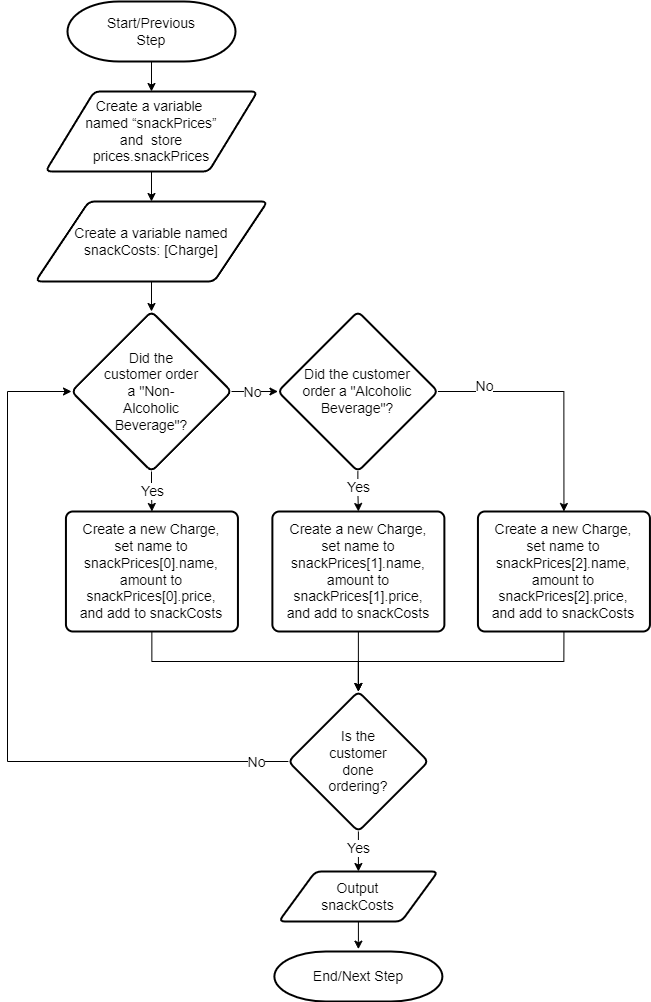
Before: APS145NFF/W5/logic3-Luca Novello_part4.png, a diagram exported from draw.io (lucanovello/Winter-2024). Source tidied: cells renumbered, new cells last; positions are measured from the earlier drawing's top-left corner, leaving out a move shared by most shapes.
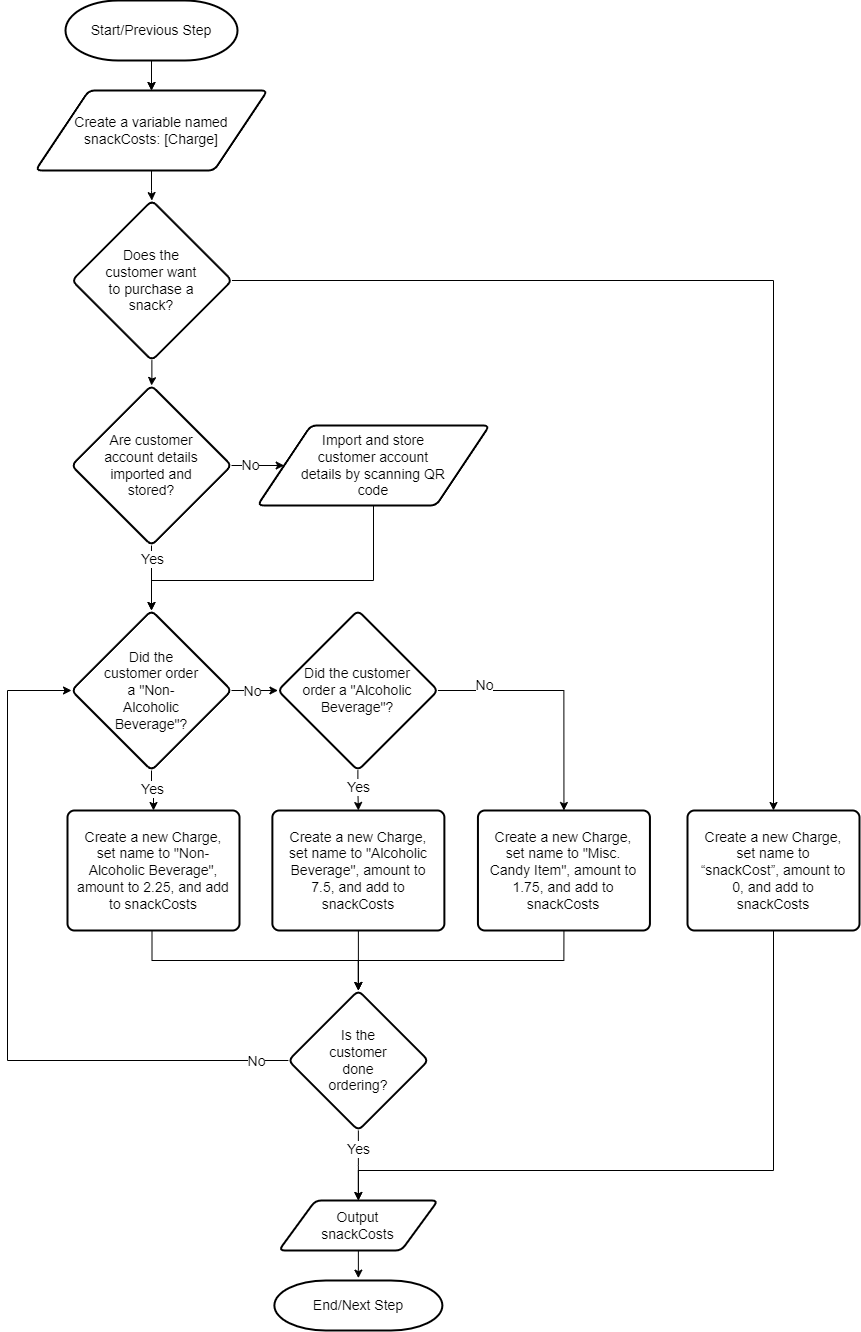
After the change.

What changed in the source:
```diff
@@ -2,11 +2,11 @@
   <root>
     <mxCell id="0" />
     <mxCell id="1" parent="0" />
-    <mxCell id="2" style="edgeStyle=orthogonalEdgeStyle;rounded=0;jettySize=auto;html=1;fontSize=14;" parent="1" edge="1" source="3" target="20">
-      <mxGeometry relative="1" as="geometry" />
-    </mxCell>
+    <mxCell id="32" style="edgeStyle=orthogonalEdgeStyle;rounded=0;jettySize=auto;html=1;fontSize=14;" parent="1" edge="1" source="3" target="15">
+      <mxGeometry relative="1" as="geometry" />
+    </mxCell>
     <mxCell id="3" value="Start/Previous Step" style="strokeWidth=2;html=1;shape=mxgraph.flowchart.terminator;whiteSpace=wrap;spacing=20;spacingTop=5;spacingBottom=5;spacingLeft=5;spacingRight=5;fontSize=14;" parent="1" vertex="1">
-      <mxGeometry x="60" width="168" height="60" as="geometry" />
+      <mxGeometry x="58" y="-140" width="172" height="60" as="geometry" />
     </mxCell>
     <mxCell id="4" style="edgeStyle=orthogonalEdgeStyle;rounded=0;jettySize=auto;html=1;spacing=12;spacingTop=5;spacingBottom=5;spacingLeft=5;spacingRight=5;entryX=0.5;entryY=0;entryDx=0;entryDy=0;fontSize=14;" parent="1" edge="1" source="8" target="30">
       <mxGeometry relative="1" as="geometry" />
@@ -19,7 +19,7 @@
     <mxCell id="6" style="edgeStyle=orthogonalEdgeStyle;rounded=0;jettySize=auto;html=1;spacing=12;spacingTop=5;spacingBottom=5;spacingLeft=5;spacingRight=5;entryX=0.5;entryY=0;entryDx=0;entryDy=0;fontSize=14;" parent="1" edge="1" source="8" target="31">
       <mxGeometry relative="1" as="geometry">
         <Array as="points">
-          <mxPoint x="556" y="390" />
+          <mxPoint x="556" y="550" />
         </Array>
       </mxGeometry>
     </mxCell>
@@ -28,8 +28,8 @@
         <mxPoint x="-80" y="-11" as="offset" />
       </mxGeometry>
     </mxCell>
-    <mxCell id="8" value="&lt;p style=&quot;line-height: 120%; font-size: 14px;&quot;&gt;Did the customer order a &quot;Alcoholic Beverage&quot;?&lt;br style=&quot;font-size: 14px;&quot;&gt;&lt;/p&gt;" style="rhombus;whiteSpace=wrap;html=1;strokeWidth=2;rounded=1;arcSize=12;verticalAlign=middle;horizontal=1;spacing=21;spacingBottom=5;spacingTop=5;spacingLeft=5;spacingRight=5;fontSize=14;" parent="1" vertex="1">
-      <mxGeometry x="270.4" y="310" width="160" height="160" as="geometry" />
+    <mxCell id="8" value="&lt;p style=&quot;line-height: 120%; font-size: 14px;&quot;&gt;Did the customer order a &quot;Alcoholic Beverage&quot;?&lt;/p&gt;" style="rhombus;whiteSpace=wrap;html=1;strokeWidth=2;rounded=1;arcSize=12;verticalAlign=middle;horizontal=1;spacing=21;spacingBottom=5;spacingTop=5;spacingLeft=5;spacingRight=5;fontSize=14;" parent="1" vertex="1">
+      <mxGeometry x="270.4" y="470" width="160" height="160" as="geometry" />
     </mxCell>
     <mxCell id="9" style="edgeStyle=orthogonalEdgeStyle;rounded=0;jettySize=auto;html=1;entryX=0;entryY=0.5;entryDx=0;entryDy=0;spacing=12;spacingTop=5;spacingBottom=5;spacingLeft=5;spacingRight=5;fontSize=14;" parent="1" edge="1" source="13" target="8">
       <mxGeometry relative="1" as="geometry" />
@@ -47,44 +47,43 @@
         <mxPoint x="2" y="15" as="offset" />
       </mxGeometry>
     </mxCell>
-    <mxCell id="13" value="&lt;p style=&quot;line-height: 120%;&quot;&gt;Did the customer order a &quot;Non-Alcoholic Beverage&quot;?&lt;/p&gt;" style="rhombus;whiteSpace=wrap;html=1;strokeWidth=2;rounded=1;arcSize=12;verticalAlign=middle;horizontal=1;spacing=20;spacingBottom=0;spacingTop=0;spacingLeft=10;spacingRight=10;fontSize=14;" parent="1" vertex="1">
-      <mxGeometry x="64" y="310" width="160" height="160" as="geometry" />
+    <mxCell id="13" value="&lt;p style=&quot;line-height: 120%; font-size: 14px;&quot;&gt;Did the customer order a &quot;Non-Alcoholic Beverage&quot;?&lt;/p&gt;" style="rhombus;whiteSpace=wrap;html=1;strokeWidth=2;rounded=1;arcSize=12;verticalAlign=middle;horizontal=1;spacing=20;spacingBottom=0;spacingTop=0;spacingLeft=10;spacingRight=10;fontSize=14;" parent="1" vertex="1">
+      <mxGeometry x="64" y="470" width="160" height="160" as="geometry" />
     </mxCell>
-    <mxCell id="14" style="edgeStyle=orthogonalEdgeStyle;rounded=0;jettySize=auto;html=1;fontSize=14;entryX=0.5;entryY=0;entryDx=0;entryDy=0;" parent="1" edge="1" source="15" target="13">
-      <mxGeometry relative="1" as="geometry" />
-    </mxCell>
+    <mxCell id="33" style="edgeStyle=orthogonalEdgeStyle;rounded=0;jettySize=auto;html=1;fontSize=14;" parent="1" edge="1" source="15" target="36">
+      <mxGeometry relative="1" as="geometry" />
+    </mxCell>
-    <mxCell id="15" value="&lt;div style=&quot;font-size: 14px;&quot;&gt;Create a variable named &lt;br style=&quot;font-size: 14px;&quot;&gt;snackCosts: [Charge]&lt;/div&gt;" style="shape=parallelogram;html=1;strokeWidth=2;perimeter=parallelogramPerimeter;whiteSpace=wrap;rounded=1;arcSize=12;size=0.23;spacing=20;spacingTop=0;spacingBottom=0;spacingLeft=15;spacingRight=15;fontSize=14;" parent="1" vertex="1">
-      <mxGeometry x="28" y="200" width="232" height="80" as="geometry" />
+    <mxCell id="15" value="&lt;div style=&quot;font-size: 14px;&quot;&gt;&lt;div style=&quot;font-size: 14px;&quot;&gt;Create a variable named snackCosts: [Charge]&lt;/div&gt;&lt;/div&gt;" style="shape=parallelogram;html=1;strokeWidth=2;perimeter=parallelogramPerimeter;whiteSpace=wrap;rounded=1;arcSize=12;size=0.23;spacing=20;spacingTop=0;spacingBottom=0;spacingLeft=15;spacingRight=15;fontSize=14;" parent="1" vertex="1">
+      <mxGeometry x="28" y="-50" width="232" height="80" as="geometry" />
     </mxCell>
     <mxCell id="16" style="edgeStyle=orthogonalEdgeStyle;rounded=0;jettySize=auto;html=1;entryX=0.5;entryY=-0.047;entryDx=0;entryDy=0;entryPerimeter=0;fontSize=14;" parent="1" edge="1" source="17" target="21">
       <mxGeometry relative="1" as="geometry" />
     </mxCell>
-    <mxCell id="17" value="&lt;div&gt;Output snackCosts&lt;/div&gt;" style="shape=parallelogram;html=1;strokeWidth=2;perimeter=parallelogramPerimeter;whiteSpace=wrap;rounded=1;arcSize=12;size=0.23;spacing=20;spacingTop=20;spacingBottom=20;spacingLeft=30;spacingRight=30;fontSize=14;" parent="1" vertex="1">
-      <mxGeometry x="271.3" y="870" width="159.1" height="50" as="geometry" />
+    <mxCell id="17" value="&lt;div style=&quot;font-size: 14px;&quot;&gt;Output snackCosts&lt;/div&gt;" style="shape=parallelogram;html=1;strokeWidth=2;perimeter=parallelogramPerimeter;whiteSpace=wrap;rounded=1;arcSize=12;size=0.23;spacing=20;spacingTop=20;spacingBottom=20;spacingLeft=30;spacingRight=30;fontSize=14;" parent="1" vertex="1">
+      <mxGeometry x="271.3" y="1060" width="159.1" height="50" as="geometry" />
     </mxCell>
     <mxCell id="18" style="edgeStyle=orthogonalEdgeStyle;rounded=0;jettySize=auto;html=1;fontSize=14;exitX=0.5;exitY=1;exitDx=0;exitDy=0;" parent="1" edge="1" source="30" target="26">
       <mxGeometry relative="1" as="geometry" />
     </mxCell>
-    <mxCell id="19" style="edgeStyle=orthogonalEdgeStyle;rounded=0;jettySize=auto;html=1;fontSize=14;" parent="1" edge="1" source="20" target="15">
+    <mxCell id="19" style="edgeStyle=orthogonalEdgeStyle;rounded=0;jettySize=auto;html=1;fontSize=14;exitX=0.5;exitY=1;exitDx=0;exitDy=0;exitPerimeter=0;" parent="1" edge="1" source="3" target="15">
       <mxGeometry relative="1" as="geometry" />
     </mxCell>
-    <mxCell id="20" value="&lt;div style=&quot;font-size: 14px;&quot;&gt;Create a variable&amp;nbsp; named “snackPrices” and&amp;nbsp; store prices.snackPrices&lt;/div&gt;" style="shape=parallelogram;html=1;strokeWidth=2;perimeter=parallelogramPerimeter;whiteSpace=wrap;rounded=1;arcSize=12;size=0.23;spacing=10;spacingTop=0;spacingBottom=0;spacingLeft=20;spacingRight=20;fontSize=14;" parent="1" vertex="1">
-      <mxGeometry x="38" y="90" width="212" height="80" as="geometry" />
-    </mxCell>
     <mxCell id="21" value="End/Next Step" style="strokeWidth=2;html=1;shape=mxgraph.flowchart.terminator;whiteSpace=wrap;spacing=20;spacingTop=5;spacingBottom=5;spacingLeft=5;spacingRight=5;fontSize=14;" parent="1" vertex="1">
-      <mxGeometry x="266.9" y="950" width="168" height="50" as="geometry" />
+      <mxGeometry x="266.9" y="1140" width="168" height="50" as="geometry" />
     </mxCell>
     <mxCell id="22" style="edgeStyle=orthogonalEdgeStyle;rounded=0;jettySize=auto;html=1;fontSize=14;" parent="1" edge="1" source="26" target="17">
       <mxGeometry relative="1" as="geometry" />
     </mxCell>
     <mxCell id="23" value="Yes" style="edgeLabel;html=1;align=center;verticalAlign=middle;fontSize=14;" parent="22" vertex="1">
-      <mxGeometry x="-0.16" y="-1" relative="1" as="geometry" />
+      <mxGeometry x="-0.16" y="-1" relative="1" as="geometry">
+        <mxPoint x="1" y="-10" as="offset" />
+      </mxGeometry>
     </mxCell>
     <mxCell id="24" style="edgeStyle=orthogonalEdgeStyle;rounded=0;jettySize=auto;html=1;entryX=0;entryY=0.5;entryDx=0;entryDy=0;exitX=0;exitY=0.5;exitDx=0;exitDy=0;fontSize=14;" parent="1" edge="1" source="26" target="13">
       <mxGeometry relative="1" as="geometry">
         <Array as="points">
-          <mxPoint y="760" />
-          <mxPoint y="390" />
+          <mxPoint y="920" />
+          <mxPoint y="550" />
         </Array>
       </mxGeometry>
     </mxCell>
@@ -94,32 +93,78 @@
       </mxGeometry>
     </mxCell>
     <mxCell id="26" value="&lt;p style=&quot;line-height: 120%; font-size: 14px;&quot;&gt;Is the customer done ordering?&lt;br style=&quot;font-size: 14px;&quot;&gt;&lt;/p&gt;" style="rhombus;whiteSpace=wrap;html=1;strokeWidth=2;rounded=1;arcSize=12;verticalAlign=middle;horizontal=1;spacing=21;spacingBottom=5;spacingTop=5;spacingLeft=5;spacingRight=5;fontSize=14;" parent="1" vertex="1">
-      <mxGeometry x="280.9" y="690" width="140" height="140" as="geometry" />
+      <mxGeometry x="280.9" y="850" width="140" height="140" as="geometry" />
     </mxCell>
     <mxCell id="27" style="edgeStyle=orthogonalEdgeStyle;rounded=0;jettySize=auto;html=1;entryX=0.5;entryY=0;entryDx=0;entryDy=0;fontSize=14;exitX=0.5;exitY=1;exitDx=0;exitDy=0;" parent="1" edge="1" source="31" target="26">
       <mxGeometry relative="1" as="geometry">
         <Array as="points">
-          <mxPoint x="556.4" y="660" />
-          <mxPoint x="350.4" y="660" />
+          <mxPoint x="556.4" y="820" />
+          <mxPoint x="350.4" y="820" />
         </Array>
       </mxGeometry>
     </mxCell>
     <mxCell id="28" style="edgeStyle=orthogonalEdgeStyle;rounded=0;jettySize=auto;html=1;entryX=0.5;entryY=0;entryDx=0;entryDy=0;fontSize=14;" parent="1" edge="1" source="29" target="26">
       <mxGeometry relative="1" as="geometry">
         <Array as="points">
-          <mxPoint x="144.4" y="660" />
-          <mxPoint x="350.4" y="660" />
+          <mxPoint x="144.4" y="820" />
+          <mxPoint x="350.4" y="820" />
         </Array>
       </mxGeometry>
     </mxCell>
-    <mxCell id="29" value="Create a new Charge, set name to snackPrices[0].name, amount to snackPrices[0].price, and add to snackCosts" style="rounded=1;whiteSpace=wrap;html=1;absoluteArcSize=1;arcSize=14;strokeWidth=2;spacing=10;spacingTop=0;spacingBottom=0;spacingLeft=0;spacingRight=0;fontSize=14;" parent="1" vertex="1">
-      <mxGeometry x="58.4" y="510" width="172" height="120" as="geometry" />
+    <mxCell id="29" value="Create a new Charge, set name to &quot;Non-Alcoholic Beverage&quot;, amount to 2.25, and add to snackCosts" style="rounded=1;whiteSpace=wrap;html=1;absoluteArcSize=1;arcSize=14;strokeWidth=2;spacing=10;spacingTop=0;spacingBottom=0;spacingLeft=0;spacingRight=0;fontSize=14;" parent="1" vertex="1">
+      <mxGeometry x="60" y="670" width="172" height="120" as="geometry" />
     </mxCell>
-    <mxCell id="30" value="Create a new Charge, set name to snackPrices[1].name, amount to snackPrices[1].price, and add to snackCosts" style="rounded=1;whiteSpace=wrap;html=1;absoluteArcSize=1;arcSize=14;strokeWidth=2;spacing=10;spacingTop=0;spacingBottom=0;spacingLeft=0;spacingRight=0;fontSize=14;" parent="1" vertex="1">
-      <mxGeometry x="264.9" y="510" width="172" height="120" as="geometry" />
+    <mxCell id="30" value="Create a new Charge, set name to &quot;Alcoholic Beverage&quot;, amount to 7.5, and add to snackCosts" style="rounded=1;whiteSpace=wrap;html=1;absoluteArcSize=1;arcSize=14;strokeWidth=2;spacing=10;spacingTop=0;spacingBottom=0;spacingLeft=0;spacingRight=0;fontSize=14;" parent="1" vertex="1">
+      <mxGeometry x="264.9" y="670" width="172" height="120" as="geometry" />
     </mxCell>
-    <mxCell id="31" value="Create a new Charge, set name to snackPrices[2].name, amount to snackPrices[2].price, and add to snackCosts" style="rounded=1;whiteSpace=wrap;html=1;absoluteArcSize=1;arcSize=14;strokeWidth=2;spacing=10;spacingTop=0;spacingBottom=0;spacingLeft=0;spacingRight=0;fontSize=14;" parent="1" vertex="1">
-      <mxGeometry x="470.4" y="510" width="172" height="120" as="geometry" />
+    <mxCell id="31" value="Create a new Charge, set name to &quot;Misc. Candy Item&quot;, amount to 1.75, and add to snackCosts" style="rounded=1;whiteSpace=wrap;html=1;absoluteArcSize=1;arcSize=14;strokeWidth=2;spacing=10;spacingTop=0;spacingBottom=0;spacingLeft=0;spacingRight=0;fontSize=14;" parent="1" vertex="1">
+      <mxGeometry x="470.4" y="670" width="172" height="120" as="geometry" />
     </mxCell>
+    <mxCell id="34" style="edgeStyle=orthogonalEdgeStyle;rounded=0;jettySize=auto;html=1;fontSize=14;" parent="1" edge="1" source="36" target="41">
+      <mxGeometry relative="1" as="geometry" />
+    </mxCell>
+    <mxCell id="35" style="edgeStyle=orthogonalEdgeStyle;rounded=0;jettySize=auto;html=1;entryX=0.5;entryY=0;entryDx=0;entryDy=0;fontSize=14;" parent="1" edge="1" source="36" target="45">
+      <mxGeometry relative="1" as="geometry" />
+    </mxCell>
+    <mxCell id="36" value="&lt;p style=&quot;line-height: 120%; font-size: 14px;&quot;&gt;Does the customer want to purchase a snack?&lt;/p&gt;" style="rhombus;whiteSpace=wrap;html=1;strokeWidth=2;rounded=1;arcSize=12;verticalAlign=middle;horizontal=1;spacing=20;spacingBottom=0;spacingTop=0;spacingLeft=10;spacingRight=10;fontSize=14;" parent="1" vertex="1">
+      <mxGeometry x="64.4" y="60" width="160" height="160" as="geometry" />
+    </mxCell>
+    <mxCell id="37" style="edgeStyle=orthogonalEdgeStyle;rounded=0;jettySize=auto;html=1;fontSize=14;" parent="1" edge="1" source="41" target="43">
+      <mxGeometry relative="1" as="geometry" />
+    </mxCell>
+    <mxCell id="38" value="No" style="edgeLabel;html=1;align=center;verticalAlign=middle;fontSize=14;" parent="37" vertex="1">
+      <mxGeometry x="0.16" y="1" relative="1" as="geometry" />
+    </mxCell>
+    <mxCell id="39" style="edgeStyle=orthogonalEdgeStyle;rounded=0;jettySize=auto;html=1;fontSize=14;" parent="1" edge="1" source="41" target="13">
+      <mxGeometry relative="1" as="geometry" />
+    </mxCell>
+    <mxCell id="40" value="Yes" style="edgeLabel;html=1;align=center;verticalAlign=middle;fontSize=14;" parent="39" vertex="1">
+      <mxGeometry x="-0.58" relative="1" as="geometry" />
+    </mxCell>
+    <mxCell id="41" value="&lt;p style=&quot;line-height: 120%; font-size: 14px;&quot;&gt;Are customer account details imported and stored?&lt;/p&gt;" style="rhombus;whiteSpace=wrap;html=1;strokeWidth=2;rounded=1;arcSize=12;verticalAlign=middle;horizontal=1;spacing=20;spacingBottom=0;spacingTop=0;spacingLeft=10;spacingRight=10;fontSize=14;" parent="1" vertex="1">
+      <mxGeometry x="64" y="245" width="160" height="160" as="geometry" />
+    </mxCell>
+    <mxCell id="42" style="edgeStyle=orthogonalEdgeStyle;rounded=0;jettySize=auto;html=1;entryX=0.5;entryY=0;entryDx=0;entryDy=0;fontSize=14;" parent="1" edge="1" source="43" target="13">
+      <mxGeometry relative="1" as="geometry">
+        <Array as="points">
+          <mxPoint x="366" y="440" />
+          <mxPoint x="144" y="440" />
+        </Array>
+      </mxGeometry>
+    </mxCell>
+    <mxCell id="43" value="&lt;div style=&quot;font-size: 14px;&quot;&gt;&lt;div style=&quot;font-size: 14px;&quot;&gt;Import and store customer account details by scanning QR code&lt;/div&gt;&lt;/div&gt;" style="shape=parallelogram;html=1;strokeWidth=2;perimeter=parallelogramPerimeter;whiteSpace=wrap;rounded=1;arcSize=12;size=0.23;spacing=20;spacingTop=0;spacingBottom=0;spacingLeft=20;spacingRight=20;fontSize=14;" parent="1" vertex="1">
+      <mxGeometry x="250" y="285" width="232" height="80" as="geometry" />
+    </mxCell>
+    <mxCell id="44" style="edgeStyle=orthogonalEdgeStyle;rounded=0;jettySize=auto;html=1;entryX=0.5;entryY=0;entryDx=0;entryDy=0;fontSize=14;" parent="1" edge="1" source="45" target="17">
+      <mxGeometry relative="1" as="geometry">
+        <Array as="points">
+          <mxPoint x="766" y="1030" />
+          <mxPoint x="351" y="1030" />
+        </Array>
+      </mxGeometry>
+    </mxCell>
+    <mxCell id="45" value="Create a new Charge, set name to “snackCost”, amount to 0, and add to snackCosts" style="rounded=1;whiteSpace=wrap;html=1;absoluteArcSize=1;arcSize=14;strokeWidth=2;spacing=10;spacingTop=0;spacingBottom=0;spacingLeft=0;spacingRight=0;fontSize=14;" parent="1" vertex="1">
+      <mxGeometry x="680" y="670" width="172" height="120" as="geometry" />
+    </mxCell>
   </root>
 </mxGraphModel>
```
